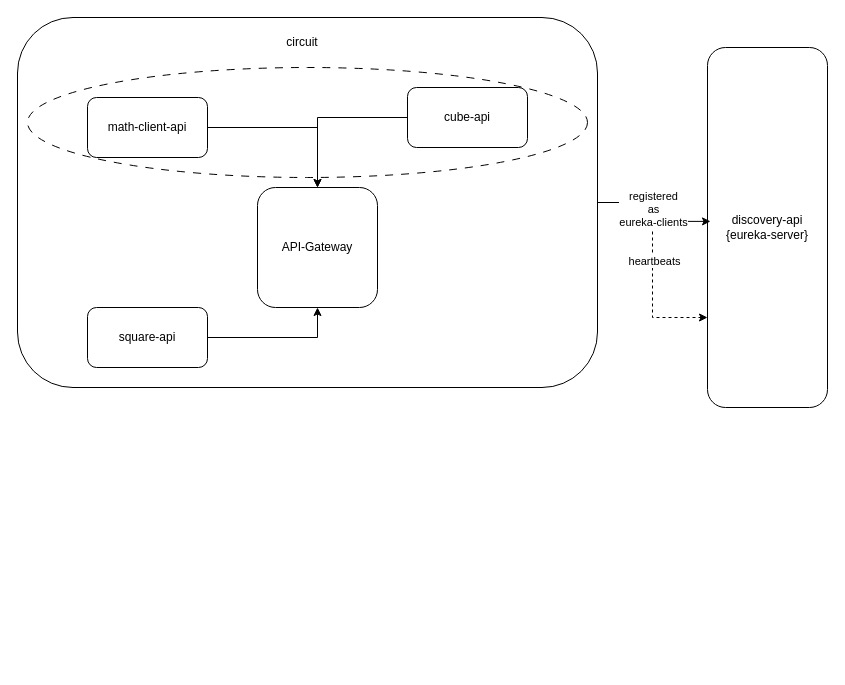
Above: backend/spring_cloud.drawio in prabhu-sunderaraman/full-stack-2024 (draw.io), before the change. Source tidied: cells renumbered, new cells numbered last; positions are measured from the earlier drawing's top-left corner, leaving out a move shared by most shapes. Both pictures are drawn from the tidied source at 100%, with x=0, y=0 at pixel (17, 17).
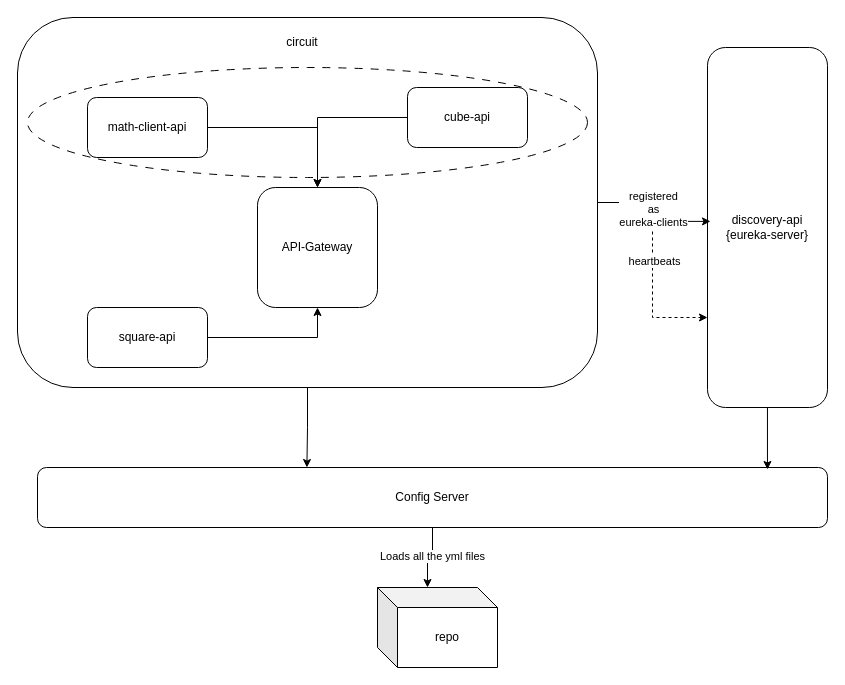
Above is the later version.

Unchanged cells that the change refers to:
```xml
<mxCell id="8" value="discovery-api&lt;div&gt;{eureka-server}&lt;/div&gt;" style="rounded=1;whiteSpace=wrap;html=1;" parent="1" vertex="1">
  <mxGeometry x="690" y="30" width="120" height="360" as="geometry" />
</mxCell>
<mxCell id="12" style="rounded=1;whiteSpace=wrap;html=1;fillColor=none;" parent="1" vertex="1">
  <mxGeometry width="580" height="370" as="geometry" />
</mxCell>
```

Change to the diagram source:
```diff
@@
+    <mxCell id="17" value="Config Server" style="rounded=1;whiteSpace=wrap;html=1;" parent="1" vertex="1">
+      <mxGeometry x="20" y="450" width="790" height="60" as="geometry" />
+    </mxCell>
+    <mxCell id="18" style="edgeStyle=orthogonalEdgeStyle;rounded=0;jettySize=auto;html=1;entryX=0.341;entryY=0;entryDx=0;entryDy=0;entryPerimeter=0;" parent="1" edge="1" source="12" target="17">
+      <mxGeometry relative="1" as="geometry" />
+    </mxCell>
+    <mxCell id="19" style="edgeStyle=orthogonalEdgeStyle;rounded=0;jettySize=auto;html=1;entryX=0.924;entryY=0.033;entryDx=0;entryDy=0;entryPerimeter=0;" parent="1" edge="1" source="8" target="17">
+      <mxGeometry relative="1" as="geometry" />
+    </mxCell>
+    <mxCell id="20" value="repo" style="shape=cube;whiteSpace=wrap;html=1;boundedLbl=1;backgroundOutline=1;darkOpacity=0.05;darkOpacity2=0.1;" parent="1" vertex="1">
+      <mxGeometry x="360" y="570" width="120" height="80" as="geometry" />
+    </mxCell>
+    <mxCell id="21" style="edgeStyle=orthogonalEdgeStyle;rounded=0;jettySize=auto;html=1;entryX=0;entryY=0;entryDx=50;entryDy=0;entryPerimeter=0;" parent="1" edge="1" source="17" target="20">
+      <mxGeometry relative="1" as="geometry" />
+    </mxCell>
+    <mxCell id="22" value="Loads all the yml files" style="edgeLabel;html=1;align=center;verticalAlign=middle;" parent="21" vertex="1">
+      <mxGeometry x="-0.14" y="-1" relative="1" as="geometry" />
+    </mxCell>
```
